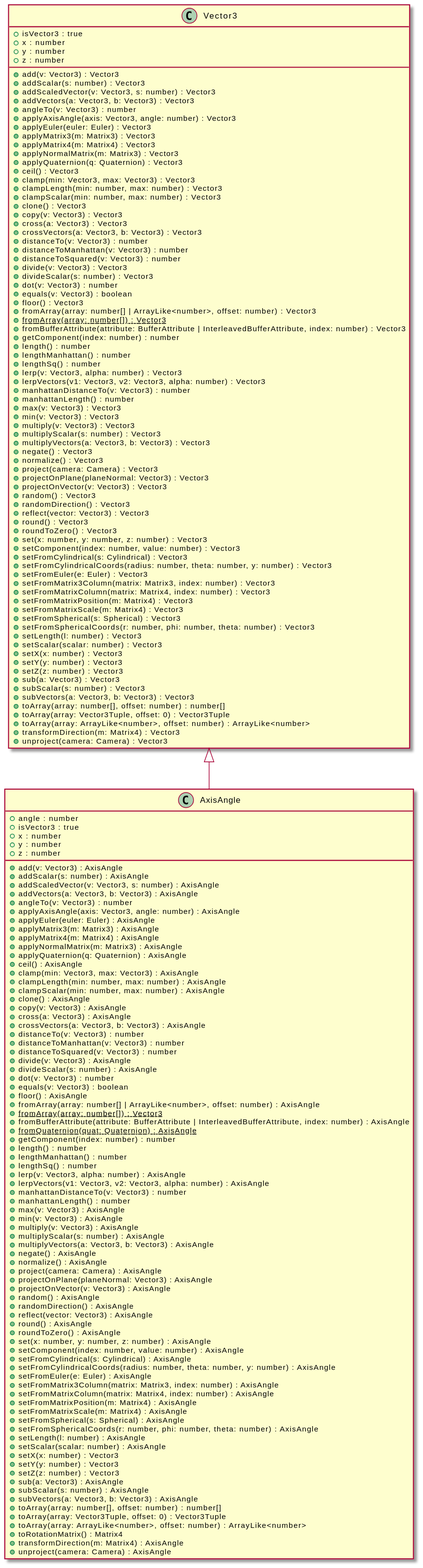
Earlier version of the PlantUML export assets/AxisAngle-umlClassDiagram-2600.svg (OpenHPS/openhps-core).
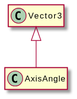
The same file after the commit.

The edit, as a diff of the source:
```diff
@@ -3,173 +3,8 @@
 hide empty methods
 hide empty fields
 class "AxisAngle" {
-    +angle : number
-    +isVector3 : true
-    +x : number
-    +y : number
-    +z : number
-    +add(v: Vector3) : AxisAngle
-    +addScalar(s: number) : AxisAngle
-    +addScaledVector(v: Vector3, s: number) : AxisAngle
-    +addVectors(a: Vector3, b: Vector3) : AxisAngle
-    +angleTo(v: Vector3) : number
-    +applyAxisAngle(axis: Vector3, angle: number) : AxisAngle
-    +applyEuler(euler: Euler) : AxisAngle
-    +applyMatrix3(m: Matrix3) : AxisAngle
-    +applyMatrix4(m: Matrix4) : AxisAngle
-    +applyNormalMatrix(m: Matrix3) : AxisAngle
-    +applyQuaternion(q: Quaternion) : AxisAngle
-    +ceil() : AxisAngle
-    +clamp(min: Vector3, max: Vector3) : AxisAngle
-    +clampLength(min: number, max: number) : AxisAngle
-    +clampScalar(min: number, max: number) : AxisAngle
-    +clone() : AxisAngle
-    +copy(v: Vector3) : AxisAngle
-    +cross(a: Vector3) : AxisAngle
-    +crossVectors(a: Vector3, b: Vector3) : AxisAngle
-    +distanceTo(v: Vector3) : number
-    +distanceToManhattan(v: Vector3) : number
-    +distanceToSquared(v: Vector3) : number
-    +divide(v: Vector3) : AxisAngle
-    +divideScalar(s: number) : AxisAngle
-    +dot(v: Vector3) : number
-    +equals(v: Vector3) : boolean
-    +floor() : AxisAngle
-    +fromArray(array: number[] | ArrayLike<number>, offset: number) : AxisAngle
-    {static} +fromArray(array: number[]) : Vector3
-    +fromBufferAttribute(attribute: BufferAttribute | InterleavedBufferAttribute, index: number) : AxisAngle
-    {static} +fromQuaternion(quat: Quaternion) : AxisAngle
-    +getComponent(index: number) : number
-    +length() : number
-    +lengthManhattan() : number
-    +lengthSq() : number
-    +lerp(v: Vector3, alpha: number) : AxisAngle
-    +lerpVectors(v1: Vector3, v2: Vector3, alpha: number) : AxisAngle
-    +manhattanDistanceTo(v: Vector3) : number
-    +manhattanLength() : number
-    +max(v: Vector3) : AxisAngle
-    +min(v: Vector3) : AxisAngle
-    +multiply(v: Vector3) : AxisAngle
-    +multiplyScalar(s: number) : AxisAngle
-    +multiplyVectors(a: Vector3, b: Vector3) : AxisAngle
-    +negate() : AxisAngle
-    +normalize() : AxisAngle
-    +project(camera: Camera) : AxisAngle
-    +projectOnPlane(planeNormal: Vector3) : AxisAngle
-    +projectOnVector(v: Vector3) : AxisAngle
-    +random() : AxisAngle
-    +randomDirection() : AxisAngle
-    +reflect(vector: Vector3) : AxisAngle
-    +round() : AxisAngle
-    +roundToZero() : AxisAngle
-    +set(x: number, y: number, z: number) : AxisAngle
-    +setComponent(index: number, value: number) : AxisAngle
-    +setFromCylindrical(s: Cylindrical) : AxisAngle
-    +setFromCylindricalCoords(radius: number, theta: number, y: number) : AxisAngle
-    +setFromEuler(e: Euler) : AxisAngle
-    +setFromMatrix3Column(matrix: Matrix3, index: number) : AxisAngle
-    +setFromMatrixColumn(matrix: Matrix4, index: number) : AxisAngle
-    +setFromMatrixPosition(m: Matrix4) : AxisAngle
-    +setFromMatrixScale(m: Matrix4) : AxisAngle
-    +setFromSpherical(s: Spherical) : AxisAngle
-    +setFromSphericalCoords(r: number, phi: number, theta: number) : AxisAngle
-    +setLength(l: number) : AxisAngle
-    +setScalar(scalar: number) : AxisAngle
-    +setX(x: number) : Vector3
-    +setY(y: number) : Vector3
-    +setZ(z: number) : Vector3
-    +sub(a: Vector3) : AxisAngle
-    +subScalar(s: number) : AxisAngle
-    +subVectors(a: Vector3, b: Vector3) : AxisAngle
-    +toArray(array: number[], offset: number) : number[]
-    +toArray(array: Vector3Tuple, offset: 0) : Vector3Tuple
-    +toArray(array: ArrayLike<number>, offset: number) : ArrayLike<number>
-    +toRotationMatrix() : Matrix4
-    +transformDirection(m: Matrix4) : AxisAngle
-    +unproject(camera: Camera) : AxisAngle
 }
 class "Vector3" {
-    +isVector3 : true
-    +x : number
-    +y : number
-    +z : number
-    +add(v: Vector3) : Vector3
-    +addScalar(s: number) : Vector3
-    +addScaledVector(v: Vector3, s: number) : Vector3
-    +addVectors(a: Vector3, b: Vector3) : Vector3
-    +angleTo(v: Vector3) : number
-    +applyAxisAngle(axis: Vector3, angle: number) : Vector3
-    +applyEuler(euler: Euler) : Vector3
-    +applyMatrix3(m: Matrix3) : Vector3
-    +applyMatrix4(m: Matrix4) : Vector3
-    +applyNormalMatrix(m: Matrix3) : Vector3
-    +applyQuaternion(q: Quaternion) : Vector3
-    +ceil() : Vector3
-    +clamp(min: Vector3, max: Vector3) : Vector3
-    +clampLength(min: number, max: number) : Vector3
-    +clampScalar(min: number, max: number) : Vector3
-    +clone() : Vector3
-    +copy(v: Vector3) : Vector3
-    +cross(a: Vector3) : Vector3
-    +crossVectors(a: Vector3, b: Vector3) : Vector3
-    +distanceTo(v: Vector3) : number
-    +distanceToManhattan(v: Vector3) : number
-    +distanceToSquared(v: Vector3) : number
-    +divide(v: Vector3) : Vector3
-    +divideScalar(s: number) : Vector3
-    +dot(v: Vector3) : number
-    +equals(v: Vector3) : boolean
-    +floor() : Vector3
-    +fromArray(array: number[] | ArrayLike<number>, offset: number) : Vector3
-    {static} +fromArray(array: number[]) : Vector3
-    +fromBufferAttribute(attribute: BufferAttribute | InterleavedBufferAttribute, index: number) : Vector3
-    +getComponent(index: number) : number
-    +length() : number
-    +lengthManhattan() : number
-    +lengthSq() : number
-    +lerp(v: Vector3, alpha: number) : Vector3
-    +lerpVectors(v1: Vector3, v2: Vector3, alpha: number) : Vector3
-    +manhattanDistanceTo(v: Vector3) : number
-    +manhattanLength() : number
-    +max(v: Vector3) : Vector3
-    +min(v: Vector3) : Vector3
-    +multiply(v: Vector3) : Vector3
-    +multiplyScalar(s: number) : Vector3
-    +multiplyVectors(a: Vector3, b: Vector3) : Vector3
-    +negate() : Vector3
-    +normalize() : Vector3
-    +project(camera: Camera) : Vector3
-    +projectOnPlane(planeNormal: Vector3) : Vector3
-    +projectOnVector(v: Vector3) : Vector3
-    +random() : Vector3
-    +randomDirection() : Vector3
-    +reflect(vector: Vector3) : Vector3
-    +round() : Vector3
-    +roundToZero() : Vector3
-    +set(x: number, y: number, z: number) : Vector3
-    +setComponent(index: number, value: number) : Vector3
-    +setFromCylindrical(s: Cylindrical) : Vector3
-    +setFromCylindricalCoords(radius: number, theta: number, y: number) : Vector3
-    +setFromEuler(e: Euler) : Vector3
-    +setFromMatrix3Column(matrix: Matrix3, index: number) : Vector3
-    +setFromMatrixColumn(matrix: Matrix4, index: number) : Vector3
-    +setFromMatrixPosition(m: Matrix4) : Vector3
-    +setFromMatrixScale(m: Matrix4) : Vector3
-    +setFromSpherical(s: Spherical) : Vector3
-    +setFromSphericalCoords(r: number, phi: number, theta: number) : Vector3
-    +setLength(l: number) : Vector3
-    +setScalar(scalar: number) : Vector3
-    +setX(x: number) : Vector3
-    +setY(y: number) : Vector3
-    +setZ(z: number) : Vector3
-    +sub(a: Vector3) : Vector3
-    +subScalar(s: number) : Vector3
-    +subVectors(a: Vector3, b: Vector3) : Vector3
-    +toArray(array: number[], offset: number) : number[]
-    +toArray(array: Vector3Tuple, offset: 0) : Vector3Tuple
-    +toArray(array: ArrayLike<number>, offset: number) : ArrayLike<number>
-    +transformDirection(m: Matrix4) : Vector3
-    +unproject(camera: Camera) : Vector3
 }
 "Vector3" <|-- "AxisAngle"
 @enduml
```
